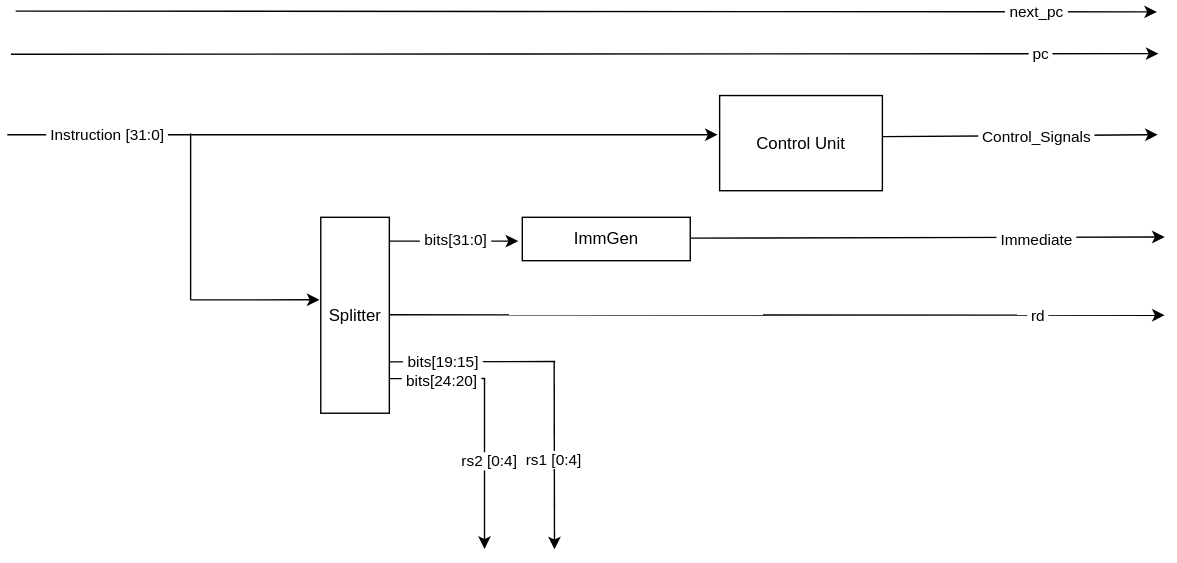
Before: img/ID.svg, a diagram exported from draw.io (Dmitry-itmo/Scheme-RISC). Source tidied: cells renumbered, new cells last; positions are measured from the earlier drawing's top-left corner, leaving out a move shared by most shapes. Source of this version:
```xml
<mxGraphModel>
  <root>
    <mxCell id="0" />
    <mxCell id="1" parent="0" />
    <mxCell id="2" style="endArrow=none;html=1;rounded=0;curved=0;endFill=0;" parent="1" edge="1">
      <mxGeometry relative="1" as="geometry">
        <mxPoint y="88.3" as="sourcePoint" />
        <mxPoint x="131.9" y="88.3" as="targetPoint" />
      </mxGeometry>
    </mxCell>
    <mxCell id="3" value="&amp;nbsp;Instruction [31:0]&amp;nbsp;" style="edgeLabel;html=1;align=center;verticalAlign=middle;rounded=0;" parent="2" vertex="1">
      <mxGeometry x="-0.26" relative="1" as="geometry">
        <mxPoint x="22" as="offset" />
      </mxGeometry>
    </mxCell>
    <mxCell id="4" style="endArrow=classic;html=1;rounded=0;curved=0;" parent="1" edge="1">
      <mxGeometry relative="1" as="geometry">
        <mxPoint x="6" as="sourcePoint" />
        <mxPoint x="821.5" y="0.6" as="targetPoint" />
      </mxGeometry>
    </mxCell>
    <mxCell id="5" value="&amp;nbsp;next_pc&amp;nbsp;" style="edgeLabel;html=1;align=center;verticalAlign=middle;rounded=0;" parent="4" vertex="1">
      <mxGeometry x="-0.26" relative="1" as="geometry">
        <mxPoint x="426" as="offset" />
      </mxGeometry>
    </mxCell>
    <mxCell id="6" style="endArrow=classic;html=1;rounded=0;curved=0;" parent="1" edge="1">
      <mxGeometry relative="1" as="geometry">
        <mxPoint x="2.7" y="30.8" as="sourcePoint" />
        <mxPoint x="822.6" y="30.4" as="targetPoint" />
      </mxGeometry>
    </mxCell>
    <mxCell id="7" value="&amp;nbsp;pc&amp;nbsp;" style="edgeLabel;html=1;align=center;verticalAlign=middle;rounded=0;" parent="6" vertex="1">
      <mxGeometry x="-0.26" relative="1" as="geometry">
        <mxPoint x="430" y="-1" as="offset" />
      </mxGeometry>
    </mxCell>
    <mxCell id="8" style="endArrow=classic;html=1;rounded=0;curved=0;" parent="1" edge="1">
      <mxGeometry relative="1" as="geometry">
        <mxPoint x="485" y="162.2" as="sourcePoint" />
        <mxPoint x="827" y="161.4" as="targetPoint" />
      </mxGeometry>
    </mxCell>
    <mxCell id="9" value="&amp;nbsp;Immediate&amp;nbsp;" style="edgeLabel;html=1;align=center;verticalAlign=middle;rounded=0;" parent="8" vertex="1">
      <mxGeometry x="-0.26" relative="1" as="geometry">
        <mxPoint x="123" y="1" as="offset" />
      </mxGeometry>
    </mxCell>
    <mxCell id="10" style="endArrow=classic;html=1;rounded=0;curved=0;" parent="1" edge="1">
      <mxGeometry relative="1" as="geometry">
        <mxPoint x="625.3" y="89.7" as="sourcePoint" />
        <mxPoint x="822" y="88.3" as="targetPoint" />
      </mxGeometry>
    </mxCell>
    <mxCell id="11" value="&amp;nbsp;Control_Signals&amp;nbsp;" style="edgeLabel;html=1;align=center;verticalAlign=middle;rounded=0;" parent="10" vertex="1">
      <mxGeometry x="-0.26" relative="1" as="geometry">
        <mxPoint x="36" as="offset" />
      </mxGeometry>
    </mxCell>
    <mxCell id="12" style="endArrow=classic;html=1;rounded=0;curved=0;" parent="1" edge="1">
      <mxGeometry relative="1" as="geometry">
        <mxPoint x="273" y="217" as="sourcePoint" />
        <mxPoint x="827" y="217.3" as="targetPoint" />
      </mxGeometry>
    </mxCell>
    <mxCell id="13" value="&amp;nbsp;rd&amp;nbsp;" style="edgeLabel;html=1;align=center;verticalAlign=middle;rounded=0;" parent="12" vertex="1">
      <mxGeometry x="-0.26" relative="1" as="geometry">
        <mxPoint x="257" as="offset" />
      </mxGeometry>
    </mxCell>
    <mxCell id="14" style="endArrow=classic;html=1;rounded=0;curved=0;" parent="1" edge="1">
      <mxGeometry relative="1" as="geometry">
        <mxPoint x="390.8" y="250.3" as="sourcePoint" />
        <mxPoint x="391" y="384.6" as="targetPoint" />
      </mxGeometry>
    </mxCell>
    <mxCell id="15" value="&amp;nbsp;rs1 [0:4]&amp;nbsp;" style="edgeLabel;html=1;align=center;verticalAlign=middle;rounded=0;" parent="14" vertex="1">
      <mxGeometry x="-0.86" relative="1" as="geometry">
        <mxPoint x="-1" y="61" as="offset" />
      </mxGeometry>
    </mxCell>
    <mxCell id="16" style="endArrow=classic;html=1;rounded=0;curved=0;" parent="1" edge="1">
      <mxGeometry relative="1" as="geometry">
        <mxPoint x="341" y="262.6" as="sourcePoint" />
        <mxPoint x="341" y="384.3" as="targetPoint" />
      </mxGeometry>
    </mxCell>
    <mxCell id="17" value="&amp;nbsp;rs2 [0:4]&amp;nbsp;" style="edgeLabel;html=1;align=center;verticalAlign=middle;rounded=0;" parent="16" vertex="1">
      <mxGeometry x="-0.38" relative="1" as="geometry">
        <mxPoint x="3" y="20" as="offset" />
      </mxGeometry>
    </mxCell>
    <mxCell id="18" value="Control Unit" style="rounded=0;whiteSpace=wrap;html=1;" parent="1" vertex="1">
      <mxGeometry x="509" y="60.3" width="116.3" height="68" as="geometry" />
    </mxCell>
    <mxCell id="19" value="Splitter" style="rounded=0;whiteSpace=wrap;html=1;" parent="1" vertex="1">
      <mxGeometry x="224" y="147.3" width="49" height="140" as="geometry" />
    </mxCell>
    <mxCell id="20" style="endArrow=none;html=1;rounded=0;curved=0;endFill=0;" parent="1" edge="1">
      <mxGeometry relative="1" as="geometry">
        <mxPoint x="131" y="87.3" as="sourcePoint" />
        <mxPoint x="131" y="206.3" as="targetPoint" />
      </mxGeometry>
    </mxCell>
    <mxCell id="21" style="endArrow=classic;html=1;rounded=0;curved=0;endFill=1;" parent="1" edge="1">
      <mxGeometry relative="1" as="geometry">
        <mxPoint x="131" y="206.3" as="sourcePoint" />
        <mxPoint x="223" y="206.3" as="targetPoint" />
      </mxGeometry>
    </mxCell>
    <mxCell id="22" style="endArrow=classic;html=1;rounded=0;curved=0;endFill=1;" parent="1" edge="1">
      <mxGeometry relative="1" as="geometry">
        <mxPoint x="132" y="88.4" as="sourcePoint" />
        <mxPoint x="507.6" y="88.3" as="targetPoint" />
      </mxGeometry>
    </mxCell>
    <mxCell id="23" style="endArrow=none;html=1;rounded=0;curved=0;endFill=0;" parent="1" edge="1">
      <mxGeometry relative="1" as="geometry">
        <mxPoint x="273" y="262.6" as="sourcePoint" />
        <mxPoint x="341.5" y="262.6" as="targetPoint" />
      </mxGeometry>
    </mxCell>
    <mxCell id="24" value="&amp;nbsp;bits[24:20]&amp;nbsp;" style="edgeLabel;html=1;align=center;verticalAlign=middle;" parent="23" vertex="1">
      <mxGeometry x="-0.31" y="-2" relative="1" as="geometry">
        <mxPoint x="13" y="-1" as="offset" />
      </mxGeometry>
    </mxCell>
    <mxCell id="25" style="endArrow=none;html=1;rounded=0;curved=0;endFill=0;" parent="1" edge="1">
      <mxGeometry relative="1" as="geometry">
        <mxPoint x="273" y="250.6" as="sourcePoint" />
        <mxPoint x="391.6" y="250.4" as="targetPoint" />
      </mxGeometry>
    </mxCell>
    <mxCell id="26" value="&amp;nbsp;bits[19:15]&amp;nbsp;" style="edgeLabel;html=1;align=center;verticalAlign=middle;" parent="25" vertex="1">
      <mxGeometry x="-0.52" y="1" relative="1" as="geometry">
        <mxPoint x="9" as="offset" />
      </mxGeometry>
    </mxCell>
    <mxCell id="27" style="endArrow=classic;html=1;rounded=0;curved=0;endFill=1;" parent="1" edge="1">
      <mxGeometry relative="1" as="geometry">
        <mxPoint x="273" y="164.4" as="sourcePoint" />
        <mxPoint x="365.1" y="164.3" as="targetPoint" />
      </mxGeometry>
    </mxCell>
    <mxCell id="28" value="&amp;nbsp;bits[31:0]&amp;nbsp;" style="edgeLabel;html=1;align=center;verticalAlign=middle;" parent="27" vertex="1">
      <mxGeometry x="0.23" y="-3" relative="1" as="geometry">
        <mxPoint x="-10" y="-4" as="offset" />
      </mxGeometry>
    </mxCell>
    <mxCell id="29" value="ImmGen" style="rounded=0;whiteSpace=wrap;html=1;" parent="1" vertex="1">
      <mxGeometry x="368" y="147.3" width="120" height="31" as="geometry" />
    </mxCell>
  </root>
</mxGraphModel>
```
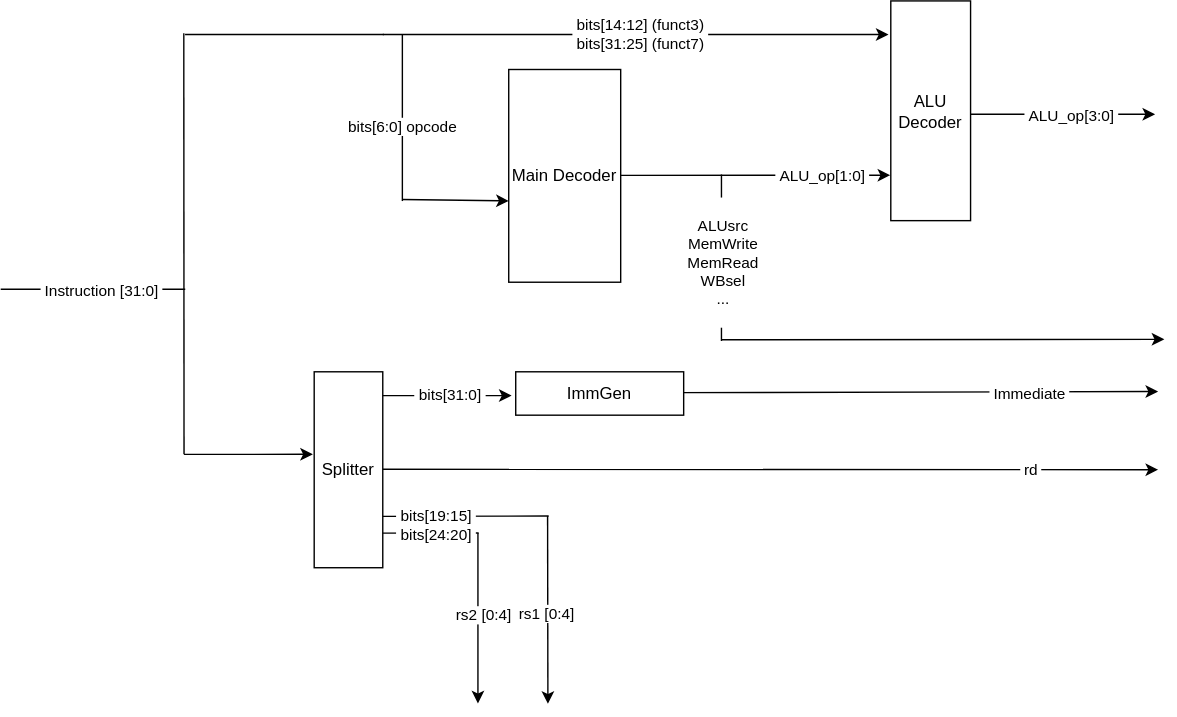
The same diagram one commit later.

Change to the diagram source:
```diff
@@ -13,28 +13,6 @@
         <mxPoint x="22" as="offset" />
       </mxGeometry>
     </mxCell>
-    <mxCell id="4" style="endArrow=classic;html=1;rounded=0;curved=0;" parent="1" edge="1">
-      <mxGeometry relative="1" as="geometry">
-        <mxPoint x="6" as="sourcePoint" />
-        <mxPoint x="821.5" y="0.6" as="targetPoint" />
-      </mxGeometry>
-    </mxCell>
-    <mxCell id="5" value="&amp;nbsp;next_pc&amp;nbsp;" style="edgeLabel;html=1;align=center;verticalAlign=middle;rounded=0;" parent="4" vertex="1">
-      <mxGeometry x="-0.26" relative="1" as="geometry">
-        <mxPoint x="426" as="offset" />
-      </mxGeometry>
-    </mxCell>
-    <mxCell id="6" style="endArrow=classic;html=1;rounded=0;curved=0;" parent="1" edge="1">
-      <mxGeometry relative="1" as="geometry">
-        <mxPoint x="2.7" y="30.8" as="sourcePoint" />
-        <mxPoint x="822.6" y="30.4" as="targetPoint" />
-      </mxGeometry>
-    </mxCell>
-    <mxCell id="7" value="&amp;nbsp;pc&amp;nbsp;" style="edgeLabel;html=1;align=center;verticalAlign=middle;rounded=0;" parent="6" vertex="1">
-      <mxGeometry x="-0.26" relative="1" as="geometry">
-        <mxPoint x="430" y="-1" as="offset" />
-      </mxGeometry>
-    </mxCell>
     <mxCell id="8" style="endArrow=classic;html=1;rounded=0;curved=0;" parent="1" edge="1">
       <mxGeometry relative="1" as="geometry">
         <mxPoint x="485" y="162.2" as="sourcePoint" />
@@ -46,17 +24,6 @@
         <mxPoint x="123" y="1" as="offset" />
       </mxGeometry>
     </mxCell>
-    <mxCell id="10" style="endArrow=classic;html=1;rounded=0;curved=0;" parent="1" edge="1">
-      <mxGeometry relative="1" as="geometry">
-        <mxPoint x="625.3" y="89.7" as="sourcePoint" />
-        <mxPoint x="822" y="88.3" as="targetPoint" />
-      </mxGeometry>
-    </mxCell>
-    <mxCell id="11" value="&amp;nbsp;Control_Signals&amp;nbsp;" style="edgeLabel;html=1;align=center;verticalAlign=middle;rounded=0;" parent="10" vertex="1">
-      <mxGeometry x="-0.26" relative="1" as="geometry">
-        <mxPoint x="36" as="offset" />
-      </mxGeometry>
-    </mxCell>
     <mxCell id="12" style="endArrow=classic;html=1;rounded=0;curved=0;" parent="1" edge="1">
       <mxGeometry relative="1" as="geometry">
         <mxPoint x="273" y="217" as="sourcePoint" />
@@ -71,7 +38,7 @@
     <mxCell id="14" style="endArrow=classic;html=1;rounded=0;curved=0;" parent="1" edge="1">
       <mxGeometry relative="1" as="geometry">
         <mxPoint x="390.8" y="250.3" as="sourcePoint" />
-        <mxPoint x="391" y="384.6" as="targetPoint" />
+        <mxPoint x="391" y="384.5" as="targetPoint" />
       </mxGeometry>
     </mxCell>
     <mxCell id="15" value="&amp;nbsp;rs1 [0:4]&amp;nbsp;" style="edgeLabel;html=1;align=center;verticalAlign=middle;rounded=0;" parent="14" vertex="1">
@@ -81,8 +48,8 @@
     </mxCell>
     <mxCell id="16" style="endArrow=classic;html=1;rounded=0;curved=0;" parent="1" edge="1">
       <mxGeometry relative="1" as="geometry">
-        <mxPoint x="341" y="262.6" as="sourcePoint" />
-        <mxPoint x="341" y="384.3" as="targetPoint" />
+        <mxPoint x="341" y="262.5" as="sourcePoint" />
+        <mxPoint x="341" y="384.2" as="targetPoint" />
       </mxGeometry>
     </mxCell>
     <mxCell id="17" value="&amp;nbsp;rs2 [0:4]&amp;nbsp;" style="edgeLabel;html=1;align=center;verticalAlign=middle;rounded=0;" parent="16" vertex="1">
@@ -90,34 +57,25 @@
         <mxPoint x="3" y="20" as="offset" />
       </mxGeometry>
     </mxCell>
-    <mxCell id="18" value="Control Unit" style="rounded=0;whiteSpace=wrap;html=1;" parent="1" vertex="1">
-      <mxGeometry x="509" y="60.3" width="116.3" height="68" as="geometry" />
-    </mxCell>
     <mxCell id="19" value="Splitter" style="rounded=0;whiteSpace=wrap;html=1;" parent="1" vertex="1">
       <mxGeometry x="224" y="147.3" width="49" height="140" as="geometry" />
     </mxCell>
     <mxCell id="20" style="endArrow=none;html=1;rounded=0;curved=0;endFill=0;" parent="1" edge="1">
       <mxGeometry relative="1" as="geometry">
-        <mxPoint x="131" y="87.3" as="sourcePoint" />
+        <mxPoint x="130.8" y="-94.5" as="sourcePoint" />
         <mxPoint x="131" y="206.3" as="targetPoint" />
       </mxGeometry>
     </mxCell>
     <mxCell id="21" style="endArrow=classic;html=1;rounded=0;curved=0;endFill=1;" parent="1" edge="1">
       <mxGeometry relative="1" as="geometry">
         <mxPoint x="131" y="206.3" as="sourcePoint" />
-        <mxPoint x="223" y="206.3" as="targetPoint" />
+        <mxPoint x="223" y="206.2" as="targetPoint" />
       </mxGeometry>
     </mxCell>
-    <mxCell id="22" style="endArrow=classic;html=1;rounded=0;curved=0;endFill=1;" parent="1" edge="1">
-      <mxGeometry relative="1" as="geometry">
-        <mxPoint x="132" y="88.4" as="sourcePoint" />
-        <mxPoint x="507.6" y="88.3" as="targetPoint" />
-      </mxGeometry>
-    </mxCell>
     <mxCell id="23" style="endArrow=none;html=1;rounded=0;curved=0;endFill=0;" parent="1" edge="1">
       <mxGeometry relative="1" as="geometry">
         <mxPoint x="273" y="262.6" as="sourcePoint" />
-        <mxPoint x="341.5" y="262.6" as="targetPoint" />
+        <mxPoint x="341.5" y="262.5" as="targetPoint" />
       </mxGeometry>
     </mxCell>
     <mxCell id="24" value="&amp;nbsp;bits[24:20]&amp;nbsp;" style="edgeLabel;html=1;align=center;verticalAlign=middle;" parent="23" vertex="1">
@@ -150,5 +108,84 @@
     <mxCell id="29" value="ImmGen" style="rounded=0;whiteSpace=wrap;html=1;" parent="1" vertex="1">
       <mxGeometry x="368" y="147.3" width="120" height="31" as="geometry" />
     </mxCell>
+    <mxCell id="30" value="Main Decoder" style="rounded=0;whiteSpace=wrap;html=1;" parent="1" vertex="1">
+      <mxGeometry x="363" y="-68.7" width="80" height="152" as="geometry" />
+    </mxCell>
+    <mxCell id="31" value="ALU Decoder" style="rounded=0;whiteSpace=wrap;html=1;" parent="1" vertex="1">
+      <mxGeometry x="636" y="-117.7" width="57" height="157" as="geometry" />
+    </mxCell>
+    <mxCell id="32" style="endArrow=classic;html=1;rounded=0;curved=0;" parent="1" edge="1">
+      <mxGeometry relative="1" as="geometry">
+        <mxPoint x="273" y="-93.7" as="sourcePoint" />
+        <mxPoint x="634.4" y="-93.7" as="targetPoint" />
+      </mxGeometry>
+    </mxCell>
+    <mxCell id="33" value="&amp;nbsp;bits[14:12] (funct3)&amp;nbsp;&lt;div&gt;&amp;nbsp;bits[31:25] (funct7)&amp;nbsp;&lt;/div&gt;" style="edgeLabel;html=1;align=center;verticalAlign=middle;rounded=0;" parent="32" vertex="1">
+      <mxGeometry x="-0.26" relative="1" as="geometry">
+        <mxPoint x="49" y="-1" as="offset" />
+      </mxGeometry>
+    </mxCell>
+    <mxCell id="34" style="endArrow=none;html=1;rounded=0;curved=0;endFill=0;" parent="1" edge="1">
+      <mxGeometry relative="1" as="geometry">
+        <mxPoint x="131.7" y="-93.7" as="sourcePoint" />
+        <mxPoint x="273.9" y="-93.7" as="targetPoint" />
+      </mxGeometry>
+    </mxCell>
+    <mxCell id="35" style="endArrow=classic;html=1;rounded=0;curved=0;endFill=1;" parent="1" edge="1">
+      <mxGeometry relative="1" as="geometry">
+        <mxPoint x="693" y="-36.7" as="sourcePoint" />
+        <mxPoint x="824.9" y="-36.7" as="targetPoint" />
+      </mxGeometry>
+    </mxCell>
+    <mxCell id="36" value="&amp;nbsp;ALU_op[3:0]&amp;nbsp;" style="edgeLabel;html=1;align=center;verticalAlign=middle;rounded=0;" parent="35" vertex="1">
+      <mxGeometry x="-0.26" relative="1" as="geometry">
+        <mxPoint x="22" as="offset" />
+      </mxGeometry>
+    </mxCell>
+    <mxCell id="37" style="endArrow=classic;html=1;rounded=0;curved=0;endFill=1;" parent="1" edge="1">
+      <mxGeometry relative="1" as="geometry">
+        <mxPoint x="443" y="7" as="sourcePoint" />
+        <mxPoint x="635.6" y="6.9" as="targetPoint" />
+      </mxGeometry>
+    </mxCell>
+    <mxCell id="38" value="&amp;nbsp;ALU_op[1:0]&amp;nbsp;" style="edgeLabel;html=1;align=center;verticalAlign=middle;rounded=0;" parent="37" vertex="1">
+      <mxGeometry x="-0.26" relative="1" as="geometry">
+        <mxPoint x="72" as="offset" />
+      </mxGeometry>
+    </mxCell>
+    <mxCell id="39" style="endArrow=none;html=1;rounded=0;curved=0;endFill=0;" parent="1" edge="1">
+      <mxGeometry relative="1" as="geometry">
+        <mxPoint x="287" y="-93.7" as="sourcePoint" />
+        <mxPoint x="287" y="25.3" as="targetPoint" />
+      </mxGeometry>
+    </mxCell>
+    <mxCell id="40" style="endArrow=classic;html=1;rounded=0;curved=0;endFill=1;" parent="1" edge="1">
+      <mxGeometry relative="1" as="geometry">
+        <mxPoint x="286.9" y="24.2" as="sourcePoint" />
+        <mxPoint x="363" y="25.2" as="targetPoint" />
+      </mxGeometry>
+    </mxCell>
+    <mxCell id="41" value="bits[6:0] opcode" style="edgeLabel;html=1;align=center;verticalAlign=middle;rounded=0;" parent="40" vertex="1">
+      <mxGeometry x="-0.24" relative="1" as="geometry">
+        <mxPoint x="-29" y="-53" as="offset" />
+      </mxGeometry>
+    </mxCell>
+    <mxCell id="42" style="endArrow=none;html=1;rounded=0;curved=0;endFill=0;" parent="1" edge="1">
+      <mxGeometry relative="1" as="geometry">
+        <mxPoint x="515" y="6.3" as="sourcePoint" />
+        <mxPoint x="515" y="125.3" as="targetPoint" />
+      </mxGeometry>
+    </mxCell>
+    <mxCell id="43" style="endArrow=classic;html=1;rounded=0;curved=0;endFill=1;" parent="1" edge="1">
+      <mxGeometry relative="1" as="geometry">
+        <mxPoint x="515" y="124.4" as="sourcePoint" />
+        <mxPoint x="831.5" y="124.1" as="targetPoint" />
+      </mxGeometry>
+    </mxCell>
+    <mxCell id="44" value="&lt;div&gt;&lt;br&gt;&lt;/div&gt;ALUsrc&lt;div&gt;MemWrite&lt;/div&gt;&lt;div&gt;MemRead&lt;/div&gt;&lt;div&gt;WBsel&lt;/div&gt;&lt;div&gt;...&lt;/div&gt;&lt;div&gt;&lt;br&gt;&lt;/div&gt;" style="edgeLabel;html=1;align=center;verticalAlign=middle;rounded=0;" parent="43" vertex="1">
+      <mxGeometry x="-0.55" relative="1" as="geometry">
+        <mxPoint x="-71" y="-56" as="offset" />
+      </mxGeometry>
+    </mxCell>
   </root>
 </mxGraphModel>
```
